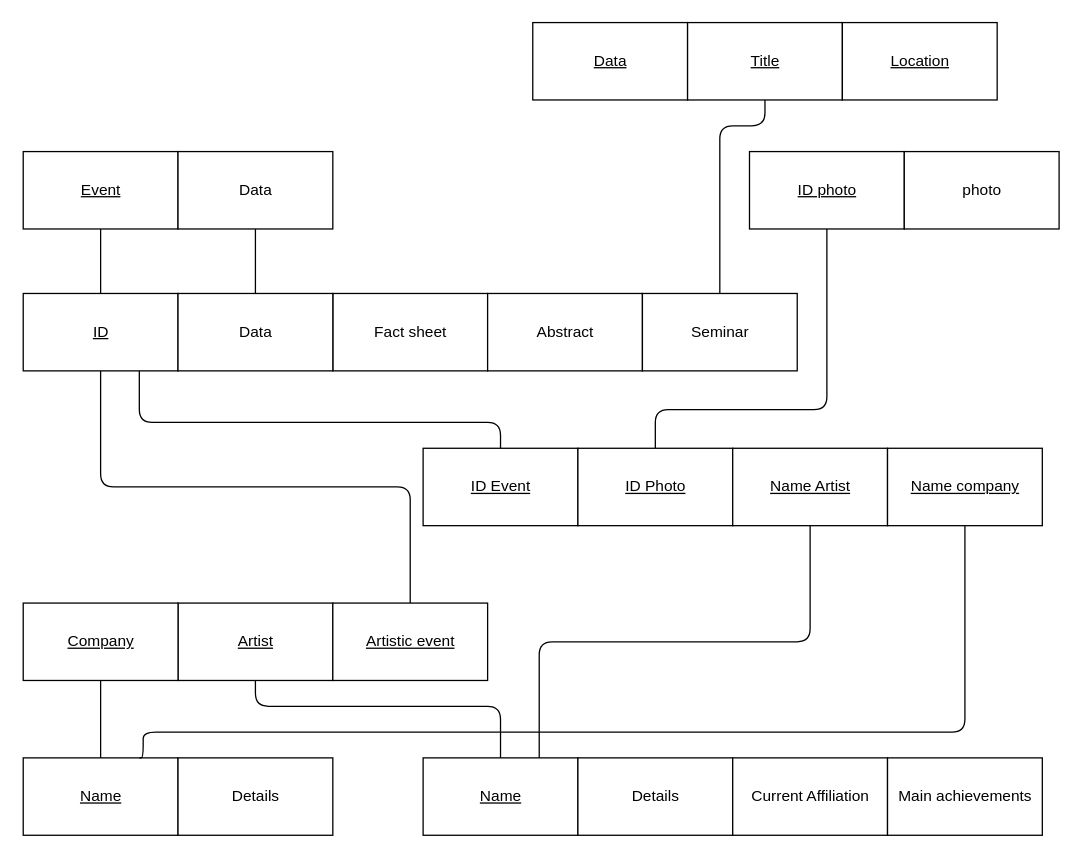
This is Design/Schemas/LogicDB.drawio from Furcanzo/Hypermedia, a draw.io file, before an edit. Source tidied: cells renumbered, new cells numbered last; positions are measured from the earlier drawing's top-left corner, leaving out a move shared by most shapes. Both pictures are drawn from the tidied source at 129%, with x=0, y=0 at pixel (22, 22).
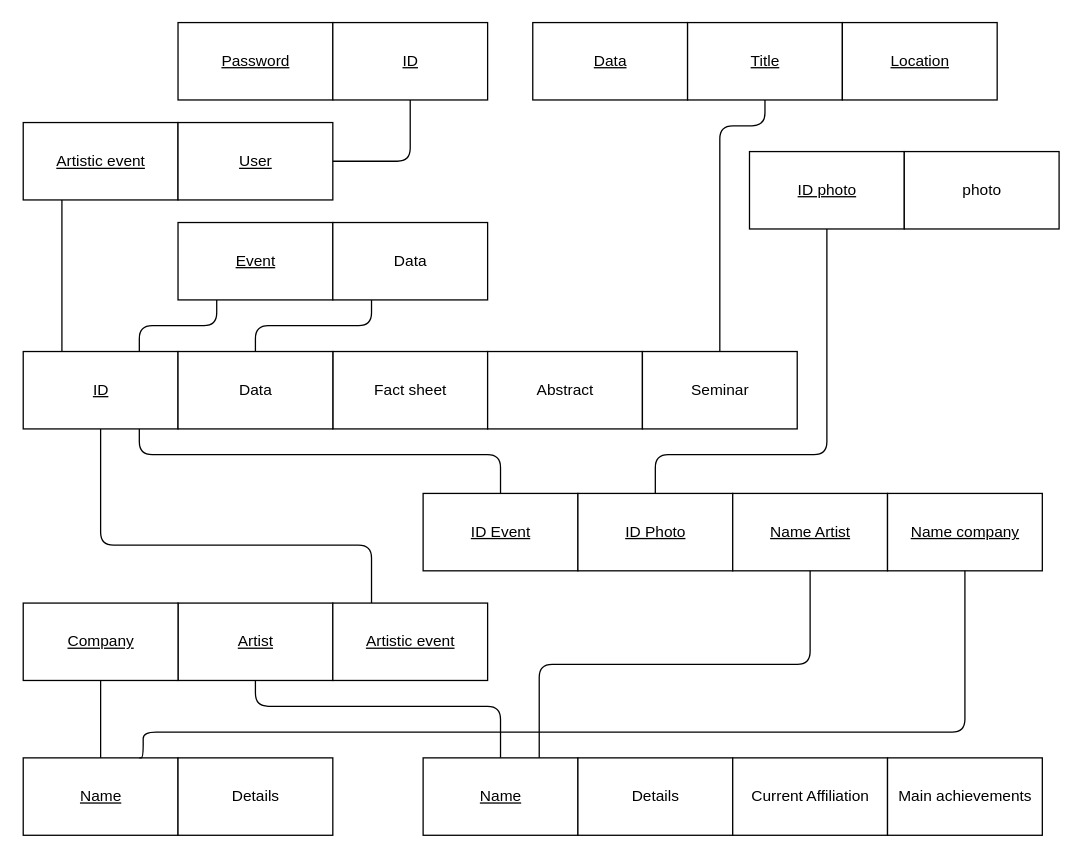
Above is the later version.

Unchanged cells that the change refers to:
```xml
<mxCell id="7" value="&lt;u&gt;Artistic event&lt;/u&gt;" style="rounded=0;whiteSpace=wrap;html=1;" parent="1" vertex="1">
  <mxGeometry x="240.5" y="450" width="120" height="60" as="geometry" />
</mxCell>
<mxCell id="23" value="&lt;u&gt;ID photo&lt;/u&gt;" style="rounded=0;whiteSpace=wrap;html=1;" parent="1" vertex="1">
  <mxGeometry x="563.5" y="100" width="120" height="60" as="geometry" />
</mxCell>
```

The edit, as a diff of the source:
```diff
@@
     <mxCell id="2" value="&lt;u&gt;ID&lt;/u&gt;" style="rounded=0;whiteSpace=wrap;html=1;" parent="1" vertex="1">
-      <mxGeometry x="0.5" y="210" width="120" height="60" as="geometry" />
+      <mxGeometry x="0.5" y="255" width="120" height="60" as="geometry" />
     </mxCell>
     <mxCell id="3" value="Fact sheet" style="rounded=0;whiteSpace=wrap;html=1;" parent="1" vertex="1">
-      <mxGeometry x="240.5" y="210" width="120" height="60" as="geometry" />
+      <mxGeometry x="240.5" y="255" width="120" height="60" as="geometry" />
     </mxCell>
     <mxCell id="4" value="Abstract" style="rounded=0;whiteSpace=wrap;html=1;" parent="1" vertex="1">
-      <mxGeometry x="360.5" y="210" width="120" height="60" as="geometry" />
+      <mxGeometry x="360.5" y="255" width="120" height="60" as="geometry" />
     </mxCell>
     <mxCell id="5" value="Seminar" style="rounded=0;whiteSpace=wrap;html=1;" parent="1" vertex="1">
-      <mxGeometry x="480.5" y="210" width="120" height="60" as="geometry" />
+      <mxGeometry x="480.5" y="255" width="120" height="60" as="geometry" />
     </mxCell>
@@
-    <mxCell id="8" style="endArrow=none;html=1;entryX=0.5;entryY=1;entryDx=0;entryDy=0;exitX=0.5;exitY=0;exitDx=0;exitDy=0;edgeStyle=orthogonalEdgeStyle;" parent="1" edge="1" source="7" target="2">
-      <mxGeometry relative="1" as="geometry" />
+    <mxCell id="8" style="endArrow=none;html=1;entryX=0.5;entryY=1;entryDx=0;entryDy=0;exitX=0.25;exitY=0;exitDx=0;exitDy=0;edgeStyle=orthogonalEdgeStyle;" parent="1" edge="1" source="7" target="2">
+      <mxGeometry relative="1" as="geometry">
+        <Array as="points">
+          <mxPoint x="271" y="405" />
+          <mxPoint x="61" y="405" />
+        </Array>
+      </mxGeometry>
     </mxCell>
@@
     <mxCell id="18" value="&lt;u&gt;ID Event&lt;/u&gt;" style="rounded=0;whiteSpace=wrap;html=1;" parent="1" vertex="1">
-      <mxGeometry x="310.5" y="330" width="120" height="60" as="geometry" />
+      <mxGeometry x="310.5" y="365" width="120" height="60" as="geometry" />
     </mxCell>
     <mxCell id="19" value="&lt;u&gt;ID Photo&lt;/u&gt;" style="rounded=0;whiteSpace=wrap;html=1;" parent="1" vertex="1">
-      <mxGeometry x="430.5" y="330" width="120" height="60" as="geometry" />
+      <mxGeometry x="430.5" y="365" width="120" height="60" as="geometry" />
     </mxCell>
     <mxCell id="20" value="&lt;u&gt;Name Artist&lt;/u&gt;" style="rounded=0;whiteSpace=wrap;html=1;" parent="1" vertex="1">
-      <mxGeometry x="550.5" y="330" width="120" height="60" as="geometry" />
+      <mxGeometry x="550.5" y="365" width="120" height="60" as="geometry" />
     </mxCell>
     <mxCell id="21" value="&lt;u&gt;Name company&lt;/u&gt;" style="rounded=0;whiteSpace=wrap;html=1;" parent="1" vertex="1">
-      <mxGeometry x="670.5" y="330" width="120" height="60" as="geometry" />
+      <mxGeometry x="670.5" y="365" width="120" height="60" as="geometry" />
     </mxCell>
     <mxCell id="22" style="endArrow=none;html=1;entryX=0.5;entryY=0;entryDx=0;entryDy=0;exitX=0.75;exitY=1;exitDx=0;exitDy=0;edgeStyle=orthogonalEdgeStyle;" parent="1" edge="1" source="2" target="18">
       <mxGeometry relative="1" as="geometry">
         <Array as="points">
-          <mxPoint x="90.5" y="310" />
-          <mxPoint x="370.5" y="310" />
+          <mxPoint x="91" y="335" />
+          <mxPoint x="371" y="335" />
         </Array>
       </mxGeometry>
     </mxCell>
@@
     <mxCell id="25" style="endArrow=none;html=1;entryX=0.5;entryY=0;entryDx=0;entryDy=0;exitX=0.5;exitY=1;exitDx=0;exitDy=0;edgeStyle=orthogonalEdgeStyle;" parent="1" edge="1" source="23" target="19">
       <mxGeometry relative="1" as="geometry">
         <Array as="points">
-          <mxPoint x="623.5" y="300" />
-          <mxPoint x="490.5" y="300" />
+          <mxPoint x="624" y="335" />
+          <mxPoint x="491" y="335" />
         </Array>
       </mxGeometry>
     </mxCell>
@@
     <mxCell id="32" value="Data" style="rounded=0;whiteSpace=wrap;html=1;" parent="1" vertex="1">
-      <mxGeometry x="120.5" y="210" width="120" height="60" as="geometry" />
+      <mxGeometry x="120.5" y="255" width="120" height="60" as="geometry" />
     </mxCell>
     <mxCell id="33" value="&lt;u&gt;Event&lt;/u&gt;" style="rounded=0;whiteSpace=wrap;html=1;" parent="1" vertex="1">
-      <mxGeometry x="0.5" y="100" width="120" height="60" as="geometry" />
+      <mxGeometry x="120.5" y="155" width="120" height="60" as="geometry" />
     </mxCell>
     <mxCell id="34" value="Data" style="rounded=0;whiteSpace=wrap;html=1;" parent="1" vertex="1">
-      <mxGeometry x="120.5" y="100" width="120" height="60" as="geometry" />
+      <mxGeometry x="240.5" y="155" width="120" height="60" as="geometry" />
     </mxCell>
-    <mxCell id="35" style="endArrow=none;html=1;entryX=0.5;entryY=1;entryDx=0;entryDy=0;exitX=0.5;exitY=0;exitDx=0;exitDy=0;" parent="1" edge="1" source="2" target="33">
+    <mxCell id="35" style="endArrow=none;html=1;entryX=0.25;entryY=1;entryDx=0;entryDy=0;exitX=0.75;exitY=0;exitDx=0;exitDy=0;edgeStyle=orthogonalEdgeStyle;" parent="1" edge="1" source="2" target="33">
       <mxGeometry relative="1" as="geometry" />
     </mxCell>
-    <mxCell id="36" style="endArrow=none;html=1;entryX=0.5;entryY=1;entryDx=0;entryDy=0;exitX=0.5;exitY=0;exitDx=0;exitDy=0;" parent="1" edge="1" source="32" target="34">
+    <mxCell id="36" style="endArrow=none;html=1;entryX=0.25;entryY=1;entryDx=0;entryDy=0;exitX=0.5;exitY=0;exitDx=0;exitDy=0;edgeStyle=orthogonalEdgeStyle;" parent="1" edge="1" source="32" target="34">
       <mxGeometry relative="1" as="geometry" />
     </mxCell>
+    <mxCell id="37" value="&lt;u&gt;Artistic event&lt;/u&gt;" style="rounded=0;whiteSpace=wrap;html=1;" parent="1" vertex="1">
+      <mxGeometry x="0.5" y="77.5" width="120" height="60" as="geometry" />
+    </mxCell>
+    <mxCell id="38" value="&lt;u&gt;User&lt;/u&gt;" style="rounded=0;whiteSpace=wrap;html=1;" parent="1" vertex="1">
+      <mxGeometry x="120.5" y="77.5" width="120" height="60" as="geometry" />
+    </mxCell>
+    <mxCell id="39" value="&lt;u&gt;Password&lt;/u&gt;" style="rounded=0;whiteSpace=wrap;html=1;" parent="1" vertex="1">
+      <mxGeometry x="120.5" width="120" height="60" as="geometry" />
+    </mxCell>
+    <mxCell id="40" value="&lt;u&gt;ID&lt;/u&gt;" style="rounded=0;whiteSpace=wrap;html=1;" parent="1" vertex="1">
+      <mxGeometry x="240.5" width="120" height="60" as="geometry" />
+    </mxCell>
+    <mxCell id="41" style="endArrow=none;html=1;entryX=0.25;entryY=1;entryDx=0;entryDy=0;exitX=0.25;exitY=0;exitDx=0;exitDy=0;edgeStyle=orthogonalEdgeStyle;" parent="1" edge="1" source="2" target="37">
+      <mxGeometry relative="1" as="geometry" />
+    </mxCell>
+    <mxCell id="42" style="endArrow=none;html=1;exitX=1;exitY=0.5;exitDx=0;exitDy=0;entryX=0.5;entryY=1;entryDx=0;entryDy=0;edgeStyle=orthogonalEdgeStyle;" parent="1" edge="1" source="38" target="40">
+      <mxGeometry relative="1" as="geometry" />
+    </mxCell>
```
